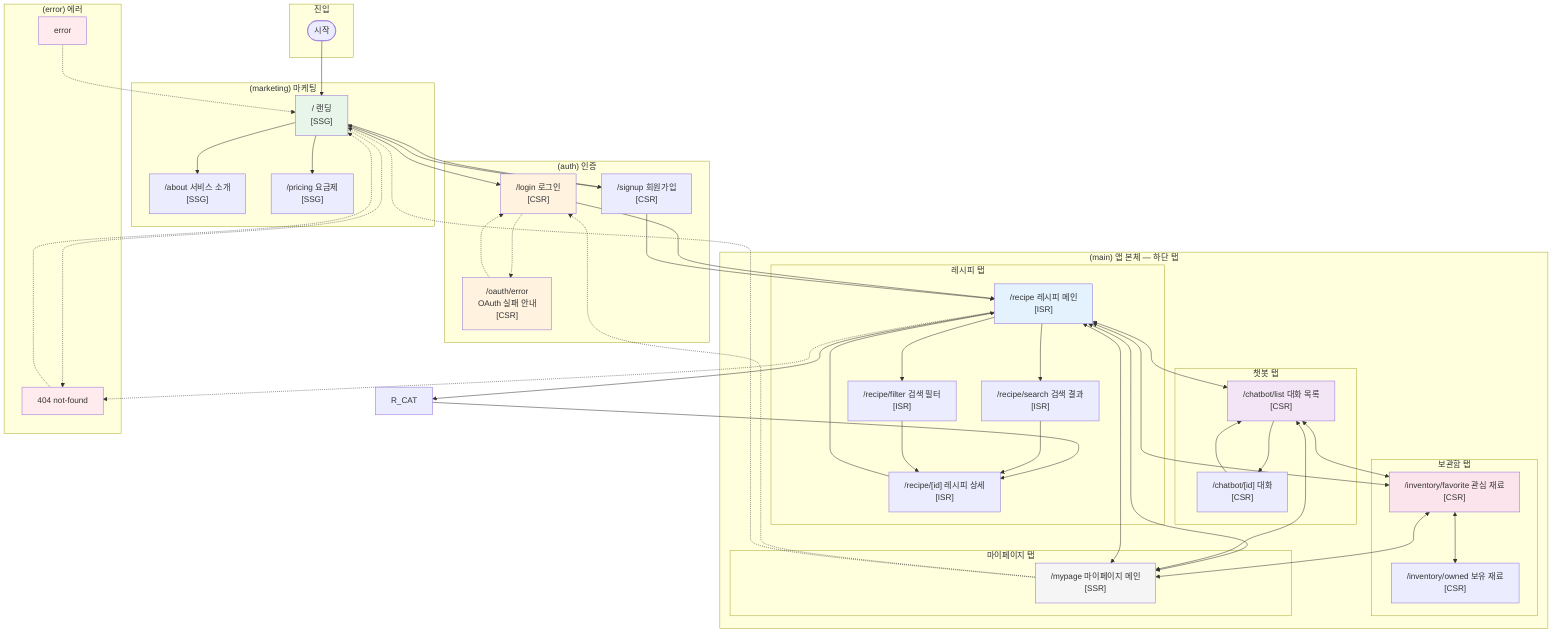
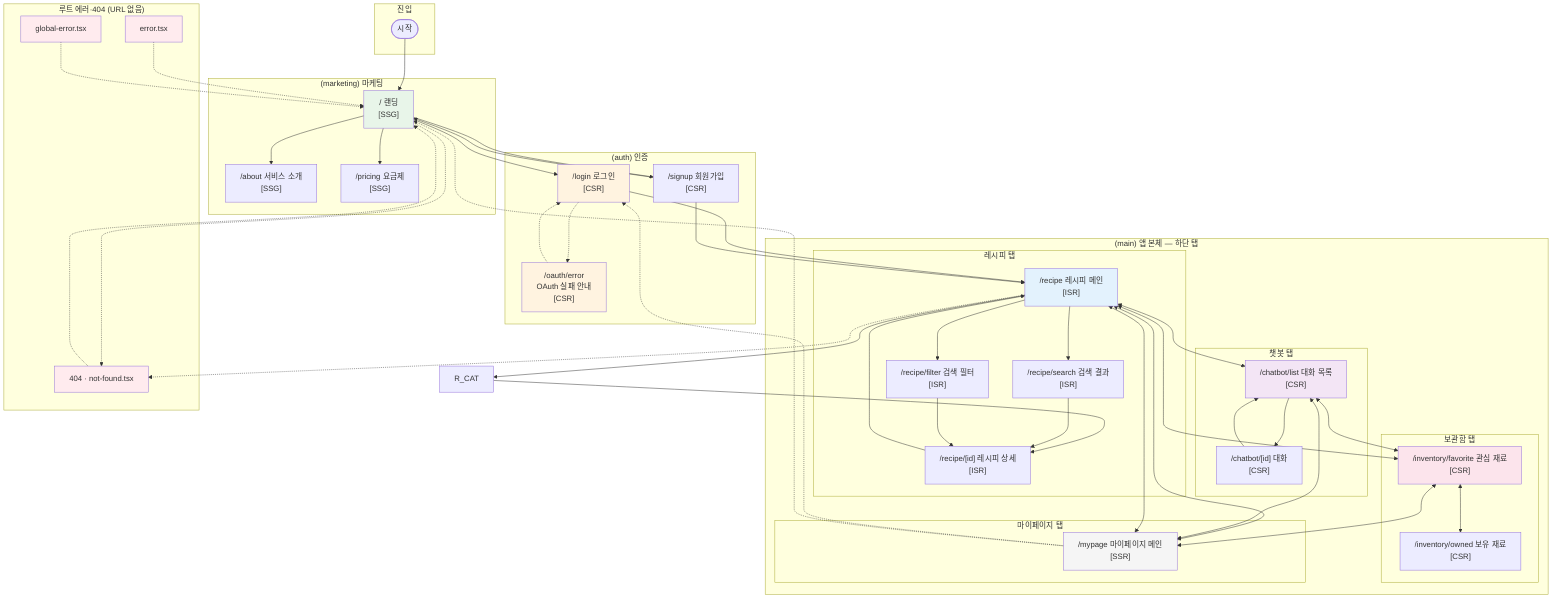
%% 화면 흐름도 (Screen Flowchart)
%% 기준: agent/frontend/spec/frontend_architecture_spec.md §2 페이지 구조 및 라우팅 맵

flowchart TB
    subgraph entry["진입"]
        START([시작])
    end

    subgraph marketing["(marketing) 마케팅"]
        LANDING["/ 랜딩<br/>[SSG]"]
        ABOUT["/about 서비스 소개<br/>[SSG]"]
        PRICING["/pricing 요금제<br/>[SSG]"]
    end

    subgraph auth["(auth) 인증"]
        LOGIN["/login 로그인<br/>[CSR]"]
        SIGNUP["/signup 회원가입<br/>[CSR]"]
        OAUTH_ERR["/oauth/error<br/>OAuth 실패 안내<br/>[CSR]"]
    end

    subgraph main["(main) 앱 본체 — 하단 탭"]
        subgraph recipe_tab["레시피 탭"]
            R_MAIN["/recipe 레시피 메인<br/>[ISR]"]
            R_SEARCH["/recipe/search 검색 결과<br/>[ISR]"]
            R_FILTER["/recipe/filter 검색 필터<br/>[ISR]"]
            R_DETAIL["/recipe/[id] 레시피 상세<br/>[ISR]"]
        end

        subgraph chatbot_tab["챗봇 탭"]
            C_LIST["/chatbot/list 대화 목록<br/>[CSR]"]
            C_CHAT["/chatbot/[id] 대화<br/>[CSR]"]
        end

        subgraph inventory_tab["보관함 탭"]
            INV_FAVORITE["/inventory/favorite 관심 재료<br/>[CSR]"]
            INV_OWNED["/inventory/owned 보유 재료<br/>[CSR]"]
        end

        subgraph mypage_tab["마이페이지 탭"]
            MYPAGE["/mypage 마이페이지 메인<br/>[SSR]"]
        end
    end

-     subgraph error["(error) 에러"]
-         NOT_FOUND["404 not-found"]
-         ERROR_PAGE["error"]
+     subgraph err_root["루트 에러·404 (URL 없음)"]
+         NOT_FOUND["404 · not-found.tsx"]
+         ERROR_PAGE["error.tsx"]
+         GLOBAL_ERR["global-error.tsx"]
    end

    %% 진입 → 마케팅
    START --> LANDING
    LANDING --> ABOUT
    LANDING --> PRICING

    %% 마케팅 ↔ 인증
    LANDING --> LOGIN
    LANDING --> SIGNUP
    LOGIN -.-> OAUTH_ERR
    OAUTH_ERR -.-> LOGIN
    SIGNUP --> LANDING

    %% OAuth 성공: 백엔드 302로 앱 경로 직행(중간 페이지 없음)

    %% 로그인/회원가입·OAuth 성공 후 앱 진입
    LOGIN --> R_MAIN
    SIGNUP --> R_MAIN

    %% 레시피 탭 내부 흐름
    R_MAIN --> R_CAT
    R_MAIN --> R_SEARCH
    R_MAIN --> R_FILTER
    R_CAT --> R_DETAIL
    R_SEARCH --> R_DETAIL
    R_FILTER --> R_DETAIL
    R_DETAIL --> R_MAIN

    %% 챗봇 탭 내부 흐름
    C_LIST --> C_CHAT
    C_CHAT --> C_LIST

    %% 탭 간 전환 (대표 경로만 표시)
    R_MAIN <--> C_LIST
    R_MAIN <--> INV_FAVORITE
    R_MAIN <--> MYPAGE
    C_LIST <--> INV_FAVORITE
    C_LIST <--> MYPAGE
    INV_FAVORITE <--> INV_OWNED
    INV_FAVORITE <--> MYPAGE
    MYPAGE <--> R_MAIN

    %% 마이페이지에서 로그아웃 등 → 랜딩/로그인
    MYPAGE -.-> LOGIN
    MYPAGE -.-> LANDING

    %% 잘못된 경로 → 404
    LANDING -.-> NOT_FOUND
    R_MAIN -.-> NOT_FOUND
    NOT_FOUND -.-> LANDING
    ERROR_PAGE -.-> LANDING
+     GLOBAL_ERR -.-> LANDING

    %% 스타일
    style LANDING fill:#e8f5e9
    style LOGIN fill:#fff3e0
    style OAUTH_ERR fill:#fff3e0
    style R_MAIN fill:#e3f2fd
    style C_LIST fill:#f3e5f5
    style INV_FAVORITE fill:#fce4ec
    style MYPAGE fill:#f5f5f5
    style NOT_FOUND fill:#ffebee
    style ERROR_PAGE fill:#ffebee
+     style GLOBAL_ERR fill:#ffebee
